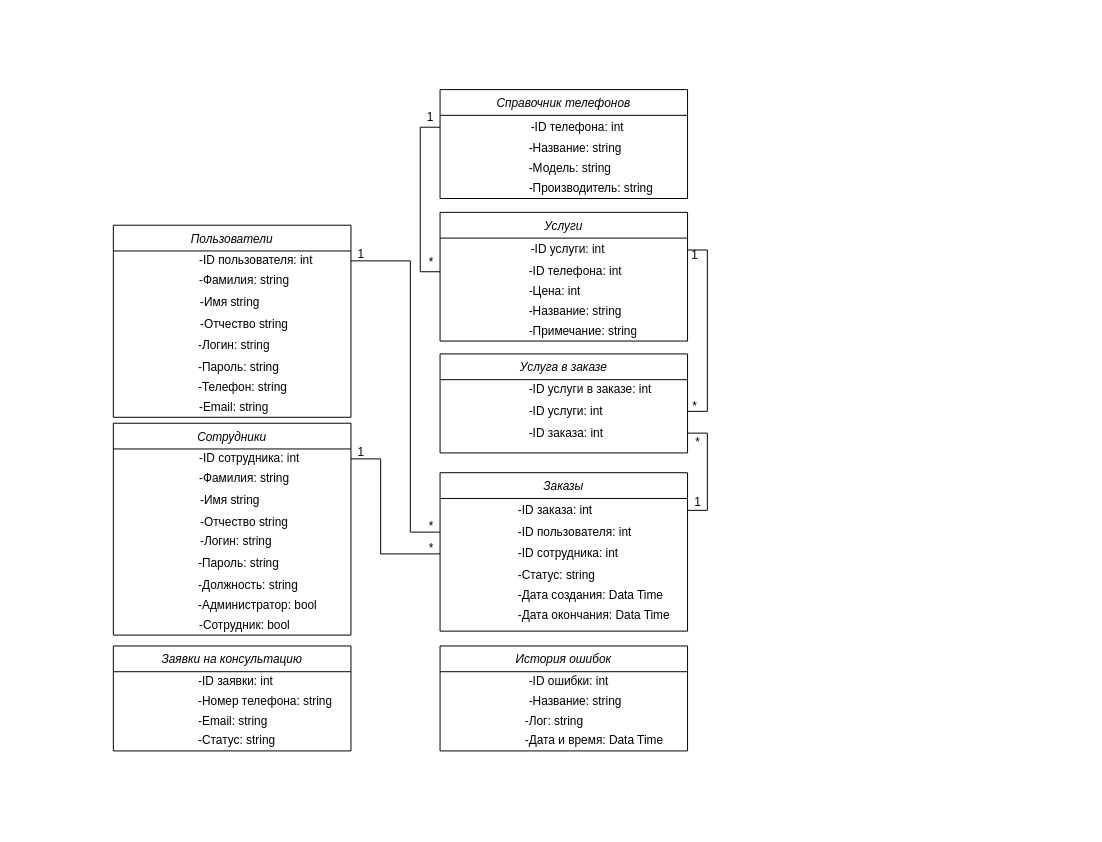
Above: page "Логическая диаграмма классов приложения" (2 of 5) of Курсач/Диаграммы/Диаграмма классов анализа.drawio in JolyBin/Valeriy (draw.io), before the change. Source tidied: cells renumbered, new cells numbered last; positions are measured from the earlier drawing's top-left corner, leaving out a move shared by most shapes. Both pictures are drawn from the tidied source at 99%, with x=0, y=0 at pixel (113, 89).
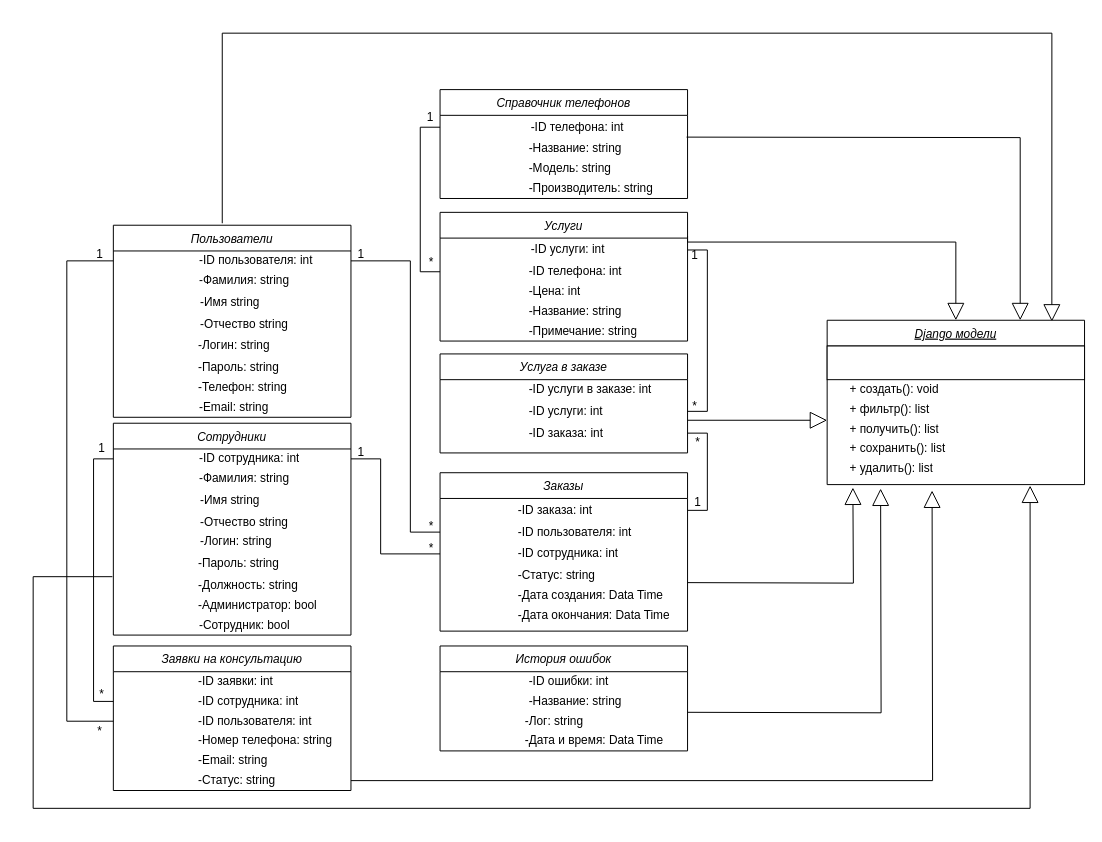
The same diagram, later.

The change refers to these unchanged cells:
```xml
<mxCell id="4" style="shape=partialRectangle;html=1;whiteSpace=wrap;fillColor=none;top=0;left=0;bottom=0;right=0;points=[[0,0.5],[1,0.5]];portConstraint=eastwest;" parent="3" vertex="1">
  <mxGeometry width="240" height="20" as="geometry" />
</mxCell>
<mxCell id="32" style="shape=partialRectangle;html=1;whiteSpace=wrap;fillColor=none;top=0;left=0;bottom=0;right=0;points=[[0,0.5],[1,0.5]];portConstraint=eastwest;" parent="31" vertex="1">
  <mxGeometry y="26" width="240" height="20" as="geometry" />
</mxCell>
<mxCell id="53" style="shape=partialRectangle;html=1;whiteSpace=wrap;fillColor=none;top=0;left=0;bottom=0;right=0;points=[[0,0.5],[1,0.5]];portConstraint=eastwest;" parent="49" vertex="1">
  <mxGeometry y="24" width="240" height="20" as="geometry" />
</mxCell>
<mxCell id="65" style="shape=partialRectangle;html=1;whiteSpace=wrap;fillColor=none;top=0;left=0;bottom=0;right=0;points=[[0,0.5],[1,0.5]];portConstraint=eastwest;" parent="64" vertex="1">
  <mxGeometry width="240" height="20" as="geometry" />
</mxCell>
```

What changed in the source:
```diff
@@
     <mxCell id="63" value="Заявки на консультацию" style="swimlane;fontStyle=2;align=center;verticalAlign=top;horizontal=1;startSize=26;rounded=0;shadow=0;strokeWidth=1;" parent="1" vertex="1">
-      <mxGeometry y="562" width="240" height="106" as="geometry" />
+      <mxGeometry y="562" width="240" height="146" as="geometry" />
     </mxCell>
+    <mxCell id="168" style="shape=partialRectangle;html=1;whiteSpace=wrap;fillColor=none;top=0;left=0;bottom=0;right=0;" parent="63" vertex="1">
+      <mxGeometry y="26" width="240" height="20" as="geometry" />
+    </mxCell>
+    <mxCell id="169" style="shape=partialRectangle;html=1;whiteSpace=wrap;overflow=hidden;fillColor=none;top=0;left=0;bottom=0;right=0;align=left;" parent="168" vertex="1">
+      <mxGeometry width="84" height="20" as="geometry" />
+    </mxCell>
+    <mxCell id="170" value="-ID заявки: int" style="shape=partialRectangle;html=1;whiteSpace=wrap;overflow=hidden;fillColor=none;top=0;left=0;bottom=0;right=0;align=left;" parent="168" vertex="1">
+      <mxGeometry x="84" width="156" height="20" as="geometry" />
+    </mxCell>
+    <mxCell id="171" style="shape=partialRectangle;html=1;whiteSpace=wrap;fillColor=none;top=0;left=0;bottom=0;right=0;points=[[0,0.5],[1,0.5]];portConstraint=eastwest;" parent="63" vertex="1">
+      <mxGeometry y="46" width="240" height="20" as="geometry" />
+    </mxCell>
+    <mxCell id="172" style="shape=partialRectangle;html=1;whiteSpace=wrap;overflow=hidden;fillColor=none;top=0;left=0;bottom=0;right=0;align=left;" parent="171" vertex="1">
+      <mxGeometry width="84" height="20" as="geometry" />
+    </mxCell>
+    <mxCell id="173" value="-ID сотрудника: int" style="shape=partialRectangle;html=1;whiteSpace=wrap;overflow=hidden;fillColor=none;top=0;left=0;bottom=0;right=0;align=left;" parent="171" vertex="1">
+      <mxGeometry x="84" width="156" height="20" as="geometry" />
+    </mxCell>
     <mxCell id="64" style="shape=table;html=1;whiteSpace=wrap;startSize=0;childLayout=tableLayout;fillColor=none;align=left;strokeColor=none;" parent="63" vertex="1">
-      <mxGeometry y="26" width="240" height="40" as="geometry" />
+      <mxGeometry y="66" width="240" height="40" as="geometry" />
     </mxCell>
@@
-    <mxCell id="67" value="-ID заявки: int" style="shape=partialRectangle;html=1;whiteSpace=wrap;overflow=hidden;fillColor=none;top=0;left=0;bottom=0;right=0;align=left;" parent="65" vertex="1">
+    <mxCell id="67" value="-ID пользователя: int" style="shape=partialRectangle;html=1;whiteSpace=wrap;overflow=hidden;fillColor=none;top=0;left=0;bottom=0;right=0;align=left;" parent="65" vertex="1">
       <mxGeometry x="84" width="156" height="20" as="geometry" />
     </mxCell>
@@
     <mxCell id="71" style="shape=partialRectangle;html=1;whiteSpace=wrap;fillColor=none;top=0;left=0;bottom=0;right=0;" parent="63" vertex="1">
-      <mxGeometry y="66" width="240" height="20" as="geometry" />
+      <mxGeometry y="106" width="240" height="20" as="geometry" />
     </mxCell>
@@
     <mxCell id="74" style="shape=partialRectangle;html=1;whiteSpace=wrap;fillColor=none;top=0;left=0;bottom=0;right=0;points=[[0,0.5],[1,0.5]];portConstraint=eastwest;" parent="63" vertex="1">
-      <mxGeometry y="86" width="240" height="20" as="geometry" />
+      <mxGeometry y="126" width="240" height="20" as="geometry" />
     </mxCell>
@@
+    <mxCell id="174" style="edgeStyle=orthogonalEdgeStyle;rounded=0;jettySize=auto;html=1;exitX=0;exitY=0.5;exitDx=0;exitDy=0;entryX=0;entryY=0.5;entryDx=0;entryDy=0;endArrow=none;endFill=0;" parent="1" edge="1" source="4" target="65">
+      <mxGeometry relative="1" as="geometry">
+        <Array as="points">
+          <mxPoint x="-47" y="173" />
+          <mxPoint x="-47" y="638" />
+        </Array>
+      </mxGeometry>
+    </mxCell>
+    <mxCell id="175" value="1" style="text;html=1;align=center;verticalAlign=middle;" parent="1" vertex="1">
+      <mxGeometry x="-24" y="157" width="20" height="20" as="geometry" />
+    </mxCell>
+    <mxCell id="176" value="*" style="text;html=1;align=center;verticalAlign=middle;" parent="1" vertex="1">
+      <mxGeometry x="-24" y="638" width="20" height="20" as="geometry" />
+    </mxCell>
+    <mxCell id="177" style="edgeStyle=orthogonalEdgeStyle;rounded=0;jettySize=auto;html=1;exitX=0;exitY=0.5;exitDx=0;exitDy=0;entryX=0;entryY=0.5;entryDx=0;entryDy=0;endArrow=none;endFill=0;" parent="1" edge="1" source="32" target="171">
+      <mxGeometry relative="1" as="geometry" />
+    </mxCell>
+    <mxCell id="178" value="1" style="text;html=1;align=center;verticalAlign=middle;" parent="1" vertex="1">
+      <mxGeometry x="-22" y="353" width="20" height="20" as="geometry" />
+    </mxCell>
+    <mxCell id="179" value="*" style="text;html=1;align=center;verticalAlign=middle;" parent="1" vertex="1">
+      <mxGeometry x="-22" y="601" width="20" height="20" as="geometry" />
+    </mxCell>
+    <mxCell id="180" style="edgeStyle=orthogonalEdgeStyle;rounded=0;jettySize=auto;html=1;exitX=1;exitY=0;exitDx=0;exitDy=0;endArrow=block;endFill=0;endSize=15;" parent="1" edge="1" target="188">
+      <mxGeometry relative="1" as="geometry">
+        <mxPoint x="580" y="148" as="sourcePoint" />
+        <Array as="points">
+          <mxPoint x="580" y="154" />
+          <mxPoint x="851" y="154" />
+        </Array>
+      </mxGeometry>
+    </mxCell>
+    <mxCell id="181" style="edgeStyle=orthogonalEdgeStyle;rounded=0;jettySize=auto;html=1;entryX=0.873;entryY=0.008;entryDx=0;entryDy=0;endArrow=block;endFill=0;entryPerimeter=0;endSize=15;" parent="1" edge="1" target="188">
+      <mxGeometry relative="1" as="geometry">
+        <mxPoint x="110" y="135" as="sourcePoint" />
+        <Array as="points">
+          <mxPoint x="110" y="-57" />
+          <mxPoint x="948" y="-57" />
+        </Array>
+      </mxGeometry>
+    </mxCell>
+    <mxCell id="182" style="edgeStyle=orthogonalEdgeStyle;rounded=0;jettySize=auto;html=1;exitX=1;exitY=0.5;exitDx=0;exitDy=0;endArrow=block;endFill=0;endSize=15;" parent="1" edge="1" source="74">
+      <mxGeometry relative="1" as="geometry">
+        <mxPoint x="827" y="405" as="targetPoint" />
+      </mxGeometry>
+    </mxCell>
+    <mxCell id="183" style="edgeStyle=orthogonalEdgeStyle;rounded=0;jettySize=auto;html=1;exitX=1;exitY=0.5;exitDx=0;exitDy=0;entryX=0.75;entryY=0;entryDx=0;entryDy=0;endArrow=block;endFill=0;endSize=15;" parent="1" edge="1" target="188">
+      <mxGeometry relative="1" as="geometry">
+        <mxPoint x="579" y="48" as="sourcePoint" />
+      </mxGeometry>
+    </mxCell>
+    <mxCell id="184" style="edgeStyle=orthogonalEdgeStyle;rounded=0;orthogonalLoop=1;jettySize=auto;html=1;endArrow=block;endFill=0;endSize=15;" parent="1" edge="1">
+      <mxGeometry relative="1" as="geometry">
+        <mxPoint x="580" y="334" as="sourcePoint" />
+        <mxPoint x="721" y="334" as="targetPoint" />
+        <Array as="points">
+          <mxPoint x="721" y="334" />
+        </Array>
+      </mxGeometry>
+    </mxCell>
+    <mxCell id="185" style="edgeStyle=orthogonalEdgeStyle;rounded=0;orthogonalLoop=1;jettySize=auto;html=1;exitX=1;exitY=0.5;exitDx=0;exitDy=0;endArrow=block;endFill=0;endSize=15;" parent="1" edge="1">
+      <mxGeometry relative="1" as="geometry">
+        <mxPoint x="580" y="498" as="sourcePoint" />
+        <mxPoint x="747" y="402" as="targetPoint" />
+      </mxGeometry>
+    </mxCell>
+    <mxCell id="186" style="edgeStyle=orthogonalEdgeStyle;rounded=0;orthogonalLoop=1;jettySize=auto;html=1;endArrow=block;endFill=0;endSize=15;" parent="1" edge="1">
+      <mxGeometry relative="1" as="geometry">
+        <mxPoint x="580" y="629" as="sourcePoint" />
+        <mxPoint x="775" y="403" as="targetPoint" />
+      </mxGeometry>
+    </mxCell>
+    <mxCell id="187" style="edgeStyle=orthogonalEdgeStyle;rounded=0;jettySize=auto;html=1;exitX=-0.004;exitY=0.05;exitDx=0;exitDy=0;endArrow=block;endFill=0;endSize=15;exitPerimeter=0;" parent="1" edge="1" source="53">
+      <mxGeometry relative="1" as="geometry">
+        <mxPoint x="926" y="400" as="targetPoint" />
+        <Array as="points">
+          <mxPoint x="-81" y="492" />
+          <mxPoint x="-81" y="726" />
+          <mxPoint x="926" y="726" />
+        </Array>
+      </mxGeometry>
+    </mxCell>
+    <mxCell id="188" value="Django модели" style="swimlane;fontStyle=6;align=center;verticalAlign=top;horizontal=1;startSize=26;rounded=0;shadow=0;strokeWidth=1;" parent="1" vertex="1">
+      <mxGeometry x="721" y="233" width="260" height="166" as="geometry" />
+    </mxCell>
+    <mxCell id="189" style="rounded=0;whiteSpace=wrap;html=1;strokeColor=#000000;" parent="188" vertex="1">
+      <mxGeometry y="26" width="260" height="34" as="geometry" />
+    </mxCell>
+    <mxCell id="190" style="shape=table;html=1;whiteSpace=wrap;startSize=0;childLayout=tableLayout;fillColor=none;align=left;strokeColor=none;" parent="188" vertex="1">
+      <mxGeometry y="60" width="260" height="40" as="geometry" />
+    </mxCell>
+    <mxCell id="191" style="shape=partialRectangle;html=1;whiteSpace=wrap;fillColor=none;top=0;left=0;bottom=0;right=0;" parent="190" vertex="1">
+      <mxGeometry width="260" height="20" as="geometry" />
+    </mxCell>
+    <mxCell id="192" style="shape=partialRectangle;html=1;whiteSpace=wrap;overflow=hidden;fillColor=none;top=0;left=0;bottom=0;right=0;" parent="191" vertex="1">
+      <mxGeometry width="21" height="20" as="geometry" />
+    </mxCell>
+    <mxCell id="193" value="+ создать(): void" style="shape=partialRectangle;html=1;whiteSpace=wrap;overflow=hidden;fillColor=none;top=0;left=0;bottom=0;right=0;align=left;" parent="191" vertex="1">
+      <mxGeometry x="21" width="239" height="20" as="geometry" />
+    </mxCell>
+    <mxCell id="194" style="shape=partialRectangle;html=1;whiteSpace=wrap;fillColor=none;top=0;left=0;bottom=0;right=0;" parent="190" vertex="1">
+      <mxGeometry y="20" width="260" height="20" as="geometry" />
+    </mxCell>
+    <mxCell id="195" style="shape=partialRectangle;html=1;whiteSpace=wrap;overflow=hidden;fillColor=none;top=0;left=0;bottom=0;right=0;" parent="194" vertex="1">
+      <mxGeometry width="21" height="20" as="geometry" />
+    </mxCell>
+    <mxCell id="196" value="+ фильтр(): list" style="shape=partialRectangle;html=1;whiteSpace=wrap;overflow=hidden;fillColor=none;top=0;left=0;bottom=0;right=0;align=left;" parent="194" vertex="1">
+      <mxGeometry x="21" width="239" height="20" as="geometry" />
+    </mxCell>
+    <mxCell id="197" style="shape=partialRectangle;html=1;whiteSpace=wrap;fillColor=none;top=0;left=0;bottom=0;right=0;" parent="188" vertex="1">
+      <mxGeometry y="100" width="260" height="20" as="geometry" />
+    </mxCell>
+    <mxCell id="198" style="shape=partialRectangle;html=1;whiteSpace=wrap;overflow=hidden;fillColor=none;top=0;left=0;bottom=0;right=0;" parent="197" vertex="1">
+      <mxGeometry width="21" height="20" as="geometry" />
+    </mxCell>
+    <mxCell id="199" value="+ получить(): list" style="shape=partialRectangle;html=1;whiteSpace=wrap;overflow=hidden;fillColor=none;top=0;left=0;bottom=0;right=0;align=left;" parent="197" vertex="1">
+      <mxGeometry x="21" width="239" height="20" as="geometry" />
+    </mxCell>
+    <mxCell id="200" style="shape=partialRectangle;html=1;whiteSpace=wrap;fillColor=none;top=0;left=0;bottom=0;right=0;" parent="188" vertex="1">
+      <mxGeometry y="120" width="260" height="20" as="geometry" />
+    </mxCell>
+    <mxCell id="201" style="shape=partialRectangle;html=1;whiteSpace=wrap;overflow=hidden;fillColor=none;top=0;left=0;bottom=0;right=0;" parent="200" vertex="1">
+      <mxGeometry width="21" height="20" as="geometry" />
+    </mxCell>
+    <mxCell id="202" value="+ сохранить(): list" style="shape=partialRectangle;html=1;whiteSpace=wrap;overflow=hidden;fillColor=none;top=0;left=0;bottom=0;right=0;align=left;" parent="200" vertex="1">
+      <mxGeometry x="21" width="239" height="20" as="geometry" />
+    </mxCell>
+    <mxCell id="203" style="shape=partialRectangle;html=1;whiteSpace=wrap;fillColor=none;top=0;left=0;bottom=0;right=0;" parent="188" vertex="1">
+      <mxGeometry y="140" width="260" height="20" as="geometry" />
+    </mxCell>
+    <mxCell id="204" style="shape=partialRectangle;html=1;whiteSpace=wrap;overflow=hidden;fillColor=none;top=0;left=0;bottom=0;right=0;" parent="203" vertex="1">
+      <mxGeometry width="21" height="20" as="geometry" />
+    </mxCell>
+    <mxCell id="205" value="+ удалить(): list" style="shape=partialRectangle;html=1;whiteSpace=wrap;overflow=hidden;fillColor=none;top=0;left=0;bottom=0;right=0;align=left;" parent="203" vertex="1">
+      <mxGeometry x="21" width="239" height="20" as="geometry" />
+    </mxCell>
```
